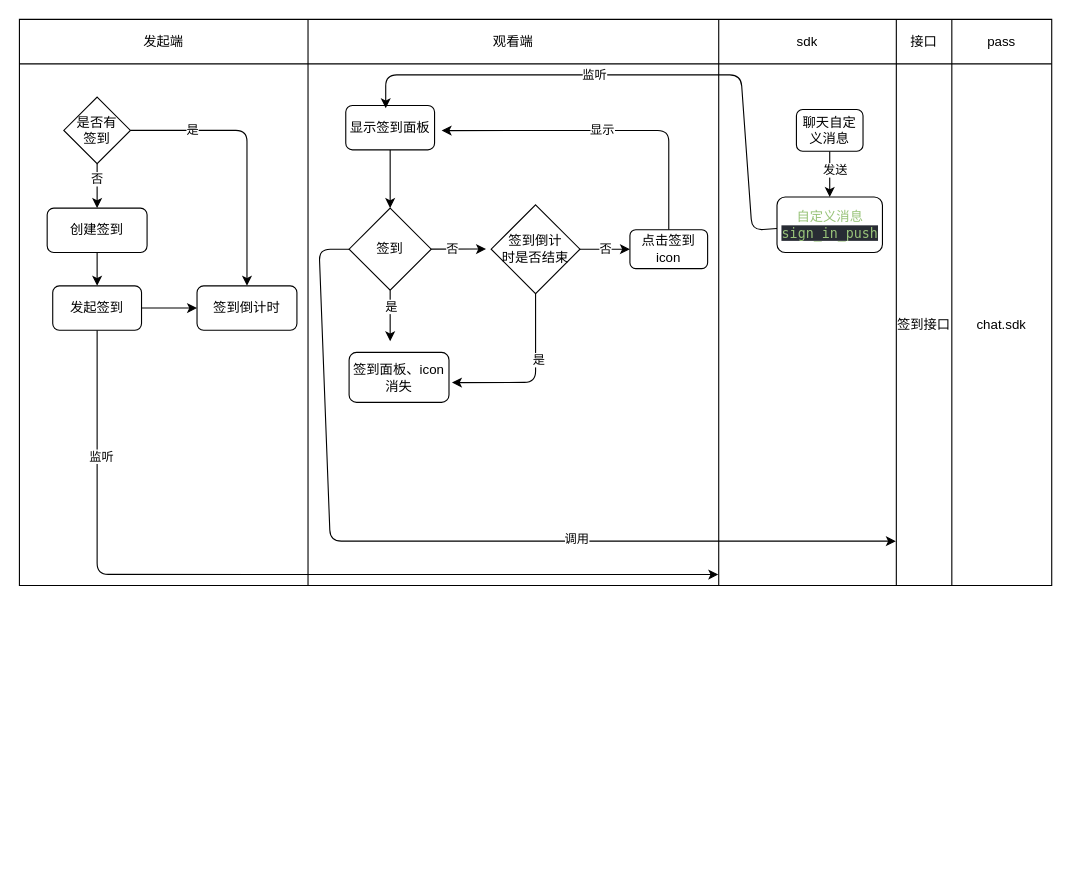
Before: src/packages/sign-module/doc/sign.drawio in github-zoqg/vhall-platform, a draw.io diagram. Source tidied: cells renumbered, new cells numbered last; positions are measured from the earlier drawing's top-left corner, leaving out a move shared by most shapes. Both pictures are drawn from the tidied source at 111%, with x=0, y=0 at pixel (19, 19).
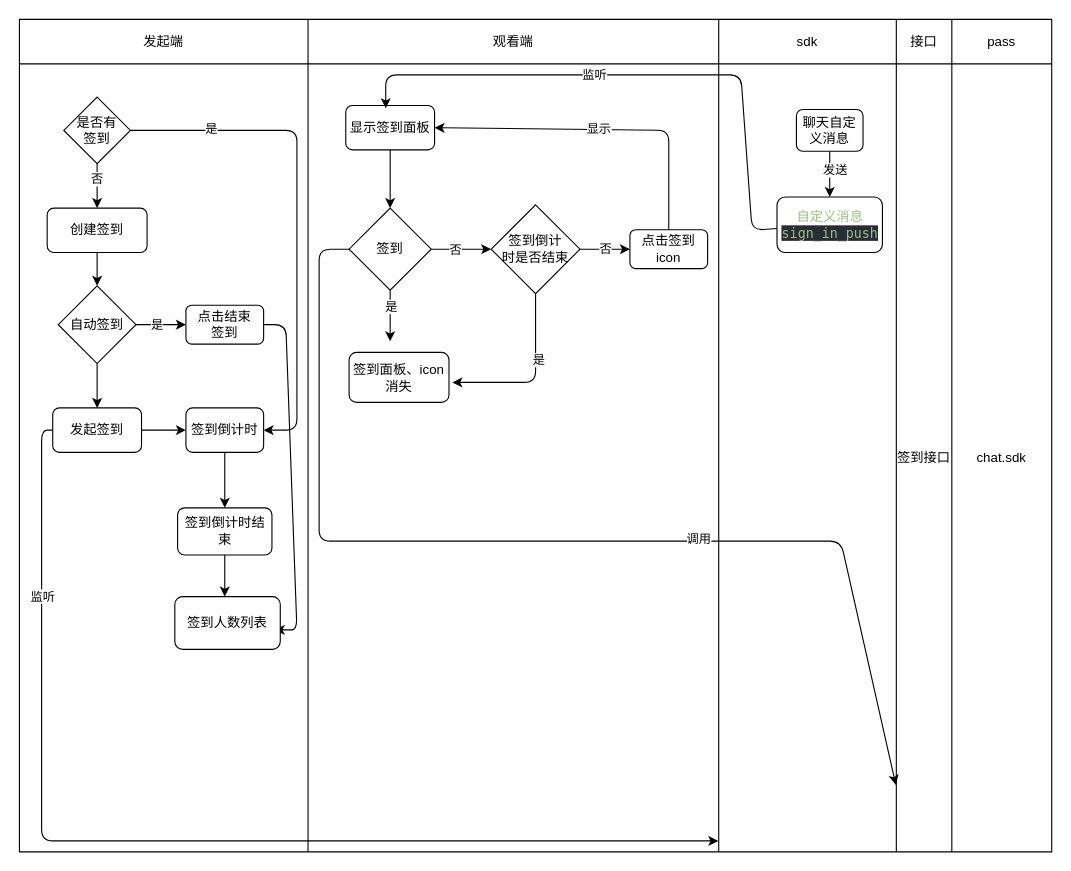
After the change.

The change refers to these unchanged cells:
```xml
<mxCell id="20" value="是否有&lt;br&gt;签到" style="rhombus;whiteSpace=wrap;html=1;" parent="1" vertex="1">
  <mxGeometry x="40" y="70" width="60" height="60" as="geometry" />
</mxCell>
<mxCell id="29" value="签到倒计&lt;br&gt;时是否结束" style="rhombus;whiteSpace=wrap;html=1;" parent="1" vertex="1">
  <mxGeometry x="425" y="167" width="80" height="80" as="geometry" />
</mxCell>
<mxCell id="31" value="显示签到面板" style="rounded=1;whiteSpace=wrap;html=1;" parent="1" vertex="1">
  <mxGeometry x="294" y="77.5" width="80" height="40" as="geometry" />
</mxCell>
<mxCell id="44" value="签到" style="rhombus;whiteSpace=wrap;html=1;" parent="1" vertex="1">
  <mxGeometry x="297" y="170" width="74" height="74" as="geometry" />
</mxCell>
<mxCell id="48" value="点击签到icon" style="rounded=1;whiteSpace=wrap;html=1;" parent="1" vertex="1">
  <mxGeometry x="550" y="189.5" width="70" height="35" as="geometry" />
</mxCell>
```

The edit, as a diff of the source:
```diff
@@
     <mxCell id="2" style="shape=table;startSize=0;childLayout=tableLayout;" parent="1" vertex="1">
-      <mxGeometry width="930" height="510" as="geometry" />
+      <mxGeometry width="930" height="750" as="geometry" />
     </mxCell>
@@
     <mxCell id="9" style="shape=partialRectangle;fillColor=none;top=0;left=0;bottom=0;right=0;points=[[0,0.5],[1,0.5]];portConstraint=eastwest;" parent="2" vertex="1">
-      <mxGeometry y="40" width="930" height="470" as="geometry" />
+      <mxGeometry y="40" width="930" height="710" as="geometry" />
     </mxCell>
     <mxCell id="10" style="shape=partialRectangle;html=1;whiteSpace=wrap;overflow=hidden;fillColor=none;top=0;left=0;bottom=0;right=0;" parent="9" vertex="1">
-      <mxGeometry width="260" height="470" as="geometry" />
+      <mxGeometry width="260" height="710" as="geometry" />
     </mxCell>
     <mxCell id="11" style="shape=partialRectangle;html=1;whiteSpace=wrap;overflow=hidden;fillColor=none;top=0;left=0;bottom=0;right=0;" parent="9" vertex="1">
-      <mxGeometry x="260" width="370" height="470" as="geometry" />
+      <mxGeometry x="260" width="370" height="710" as="geometry" />
     </mxCell>
     <mxCell id="12" style="shape=partialRectangle;html=1;whiteSpace=wrap;overflow=hidden;fillColor=none;top=0;left=0;bottom=0;right=0;" parent="9" vertex="1">
-      <mxGeometry x="630" width="160" height="470" as="geometry" />
+      <mxGeometry x="630" width="160" height="710" as="geometry" />
     </mxCell>
     <mxCell id="13" value="签到接口" style="shape=partialRectangle;html=1;whiteSpace=wrap;overflow=hidden;fillColor=none;top=0;left=0;bottom=0;right=0;" parent="9" vertex="1">
-      <mxGeometry x="790" width="50" height="470" as="geometry" />
+      <mxGeometry x="790" width="50" height="710" as="geometry" />
     </mxCell>
     <mxCell id="14" value="chat.sdk" style="shape=partialRectangle;html=1;whiteSpace=wrap;overflow=hidden;fillColor=none;top=0;left=0;bottom=0;right=0;" parent="9" vertex="1">
-      <mxGeometry x="840" width="90" height="470" as="geometry" />
+      <mxGeometry x="840" width="90" height="710" as="geometry" />
     </mxCell>
@@
-    <mxCell id="17" value="是" style="edgeStyle=none;html=1;entryX=0.5;entryY=0;entryDx=0;entryDy=0;" parent="1" edge="1" source="20" target="25">
-      <mxGeometry x="-0.54" relative="1" as="geometry">
-        <Array as="points">
-          <mxPoint x="205" y="100" />
-        </Array>
-      </mxGeometry>
-    </mxCell>
@@
+    <mxCell id="17" style="edgeStyle=none;html=1;entryX=1;entryY=0.5;entryDx=0;entryDy=0;" parent="1" edge="1" source="20" target="25">
+      <mxGeometry relative="1" as="geometry">
+        <Array as="points">
+          <mxPoint x="250" y="100" />
+          <mxPoint x="250" y="370" />
+        </Array>
+      </mxGeometry>
+    </mxCell>
+    <mxCell id="49" value="是" style="edgeLabel;html=1;align=center;verticalAlign=middle;" parent="17" vertex="1">
+      <mxGeometry x="-0.68" y="2" relative="1" as="geometry" />
+    </mxCell>
@@
-    <mxCell id="21" style="edgeStyle=none;html=1;" parent="1" edge="1" source="24">
-      <mxGeometry relative="1" as="geometry">
-        <mxPoint x="160" y="260" as="targetPoint" />
-      </mxGeometry>
-    </mxCell>
+    <mxCell id="50" style="edgeStyle=none;html=1;" parent="1" edge="1" source="24" target="25">
+      <mxGeometry relative="1" as="geometry" />
+    </mxCell>
-    <mxCell id="22" style="edgeStyle=none;html=1;entryX=0.677;entryY=0.979;entryDx=0;entryDy=0;entryPerimeter=0;" parent="1" edge="1" source="24" target="9">
+    <mxCell id="22" style="edgeStyle=none;html=1;entryX=0.677;entryY=0.986;entryDx=0;entryDy=0;entryPerimeter=0;" parent="1" edge="1" source="24" target="9">
       <mxGeometry relative="1" as="geometry">
         <Array as="points">
-          <mxPoint x="70" y="500" />
+          <mxPoint x="20" y="370" />
+          <mxPoint x="20" y="740" />
         </Array>
       </mxGeometry>
     </mxCell>
     <mxCell id="23" value="监听" style="edgeLabel;html=1;align=center;verticalAlign=middle;" parent="22" vertex="1">
-      <mxGeometry x="-0.71" y="3" relative="1" as="geometry" />
+      <mxGeometry x="-0.68" relative="1" as="geometry">
+        <mxPoint y="1" as="offset" />
+      </mxGeometry>
     </mxCell>
     <mxCell id="24" value="发起签到" style="rounded=1;whiteSpace=wrap;html=1;" parent="1" vertex="1">
-      <mxGeometry x="30" y="240" width="80" height="40" as="geometry" />
+      <mxGeometry x="30" y="350" width="80" height="40" as="geometry" />
     </mxCell>
+    <mxCell id="51" style="edgeStyle=none;html=1;" parent="1" edge="1" source="25" target="59">
+      <mxGeometry relative="1" as="geometry" />
+    </mxCell>
     <mxCell id="25" value="签到倒计时" style="rounded=1;whiteSpace=wrap;html=1;" parent="1" vertex="1">
-      <mxGeometry x="160" y="240" width="90" height="40" as="geometry" />
+      <mxGeometry x="150" y="350" width="70" height="40" as="geometry" />
     </mxCell>
-    <mxCell id="26" style="edgeStyle=none;html=1;entryX=0.419;entryY=0.611;entryDx=0;entryDy=0;entryPerimeter=0;" parent="1" edge="1" source="29" target="9">
+    <mxCell id="26" style="edgeStyle=none;html=1;" parent="1" edge="1" source="29">
       <mxGeometry relative="1" as="geometry">
+        <mxPoint x="390" y="327" as="targetPoint" />
         <Array as="points">
           <mxPoint x="465" y="327" />
         </Array>
       </mxGeometry>
     </mxCell>
@@
-    <mxCell id="38" style="edgeStyle=none;html=1;entryX=0.452;entryY=0.355;entryDx=0;entryDy=0;entryPerimeter=0;" parent="1" edge="1" source="44" target="9">
+    <mxCell id="38" style="edgeStyle=none;html=1;entryX=0;entryY=0.5;entryDx=0;entryDy=0;" parent="1" edge="1" source="44" target="29">
       <mxGeometry relative="1" as="geometry" />
     </mxCell>
@@
     <mxCell id="42" style="edgeStyle=none;html=1;entryX=0.849;entryY=0.915;entryDx=0;entryDy=0;entryPerimeter=0;" parent="1" edge="1" source="44" target="9">
       <mxGeometry relative="1" as="geometry">
         <Array as="points">
           <mxPoint x="270" y="207" />
-          <mxPoint x="280" y="470" />
+          <mxPoint x="270" y="470" />
           <mxPoint x="740" y="470" />
         </Array>
       </mxGeometry>
     </mxCell>
@@
-    <mxCell id="46" style="edgeStyle=none;html=1;entryX=0.409;entryY=0.128;entryDx=0;entryDy=0;entryPerimeter=0;" parent="1" edge="1" source="48" target="9">
+    <mxCell id="46" style="edgeStyle=none;html=1;entryX=1;entryY=0.5;entryDx=0;entryDy=0;" parent="1" edge="1" source="48" target="31">
       <mxGeometry relative="1" as="geometry">
         <Array as="points">
           <mxPoint x="585" y="100" />
         </Array>
       </mxGeometry>
     </mxCell>
@@
+    <mxCell id="52" style="edgeStyle=none;html=1;" parent="1" edge="1" source="55" target="24">
+      <mxGeometry relative="1" as="geometry" />
+    </mxCell>
+    <mxCell id="53" style="edgeStyle=none;html=1;" parent="1" edge="1" source="55">
+      <mxGeometry relative="1" as="geometry">
+        <mxPoint x="150" y="275" as="targetPoint" />
+      </mxGeometry>
+    </mxCell>
+    <mxCell id="54" value="是" style="edgeLabel;html=1;align=center;verticalAlign=middle;" parent="53" vertex="1">
+      <mxGeometry x="-0.21" y="1" relative="1" as="geometry" />
+    </mxCell>
+    <mxCell id="55" value="自动签到" style="rhombus;whiteSpace=wrap;html=1;" parent="1" vertex="1">
+      <mxGeometry x="35" y="240" width="70" height="70" as="geometry" />
+    </mxCell>
+    <mxCell id="56" style="edgeStyle=none;html=1;" parent="1" edge="1" source="57">
+      <mxGeometry relative="1" as="geometry">
+        <mxPoint x="230" y="550" as="targetPoint" />
+        <Array as="points">
+          <mxPoint x="240" y="275" />
+          <mxPoint x="250" y="550" />
+          <mxPoint x="240" y="550" />
+        </Array>
+      </mxGeometry>
+    </mxCell>
+    <mxCell id="57" value="点击结束&lt;br&gt;签到" style="rounded=1;whiteSpace=wrap;html=1;" parent="1" vertex="1">
+      <mxGeometry x="150" y="257.5" width="70" height="35" as="geometry" />
+    </mxCell>
+    <mxCell id="58" style="edgeStyle=none;html=1;" parent="1" edge="1" source="59">
+      <mxGeometry relative="1" as="geometry">
+        <mxPoint x="185" y="520" as="targetPoint" />
+      </mxGeometry>
+    </mxCell>
+    <mxCell id="59" value="签到倒计时结束" style="rounded=1;whiteSpace=wrap;html=1;" parent="1" vertex="1">
+      <mxGeometry x="142.5" y="440" width="85" height="42.5" as="geometry" />
+    </mxCell>
+    <mxCell id="60" value="签到人数列表" style="rounded=1;whiteSpace=wrap;html=1;" parent="1" vertex="1">
+      <mxGeometry x="140" y="520" width="95" height="47.5" as="geometry" />
+    </mxCell>
```
